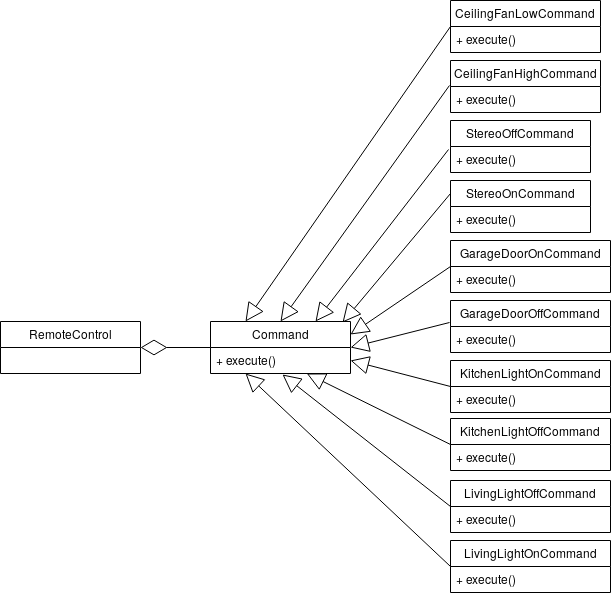
This is docs/class_diagram.png from utec-cs2901-2019-2/design-command-grupo-iii, a draw.io export, as it was before one commit. Source tidied: cells renumbered, new cells last; positions are measured from the earlier drawing's top-left corner, leaving out a move shared by most shapes.
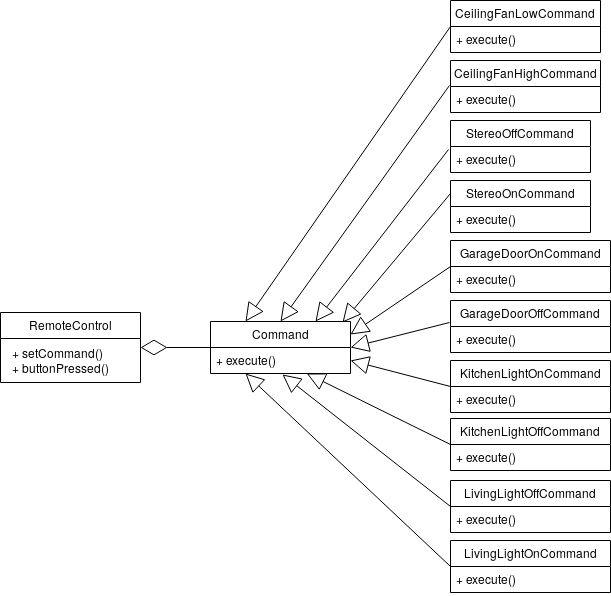
The same file after the commit.

Commit message:
Added class diagram 2.0

The edit, as a diff of the source:
```diff
@@ -3,11 +3,8 @@
     <mxCell id="0" />
     <mxCell id="1" parent="0" />
     <mxCell id="2" value="RemoteControl" style="swimlane;fontStyle=0;horizontal=1;startSize=26;fillColor=none;" parent="1" vertex="1">
-      <mxGeometry y="321" width="140" height="52" as="geometry" />
+      <mxGeometry y="312" width="140" height="70" as="geometry" />
     </mxCell>
-    <mxCell id="3" value=" " style="text;strokeColor=none;fillColor=none;align=left;verticalAlign=top;spacingLeft=4;spacingRight=4;overflow=hidden;" parent="2" vertex="1">
-      <mxGeometry y="26" width="140" height="26" as="geometry" />
-    </mxCell>
     <mxCell id="4" value="Command" style="swimlane;fontStyle=0;horizontal=1;startSize=26;fillColor=none;" parent="1" vertex="1">
       <mxGeometry x="210" y="321" width="140" height="52" as="geometry" />
     </mxCell>
@@ -107,5 +104,8 @@
     <mxCell id="36" style="endArrow=block;endSize=16;endFill=0;html=1;exitX=0;exitY=0.5;exitDx=0;exitDy=0;entryX=1;entryY=0.5;entryDx=0;entryDy=0;" parent="1" edge="1" source="25" target="5">
       <mxGeometry relative="1" as="geometry" />
     </mxCell>
+    <mxCell id="37" value="+ setCommand()&lt;br&gt;+ buttonPressed()" style="text;html=1;align=left;verticalAlign=top;spacingTop=-4;" parent="1" vertex="1">
+      <mxGeometry x="10" y="343" width="110" height="30" as="geometry" />
+    </mxCell>
   </root>
 </mxGraphModel>
```
